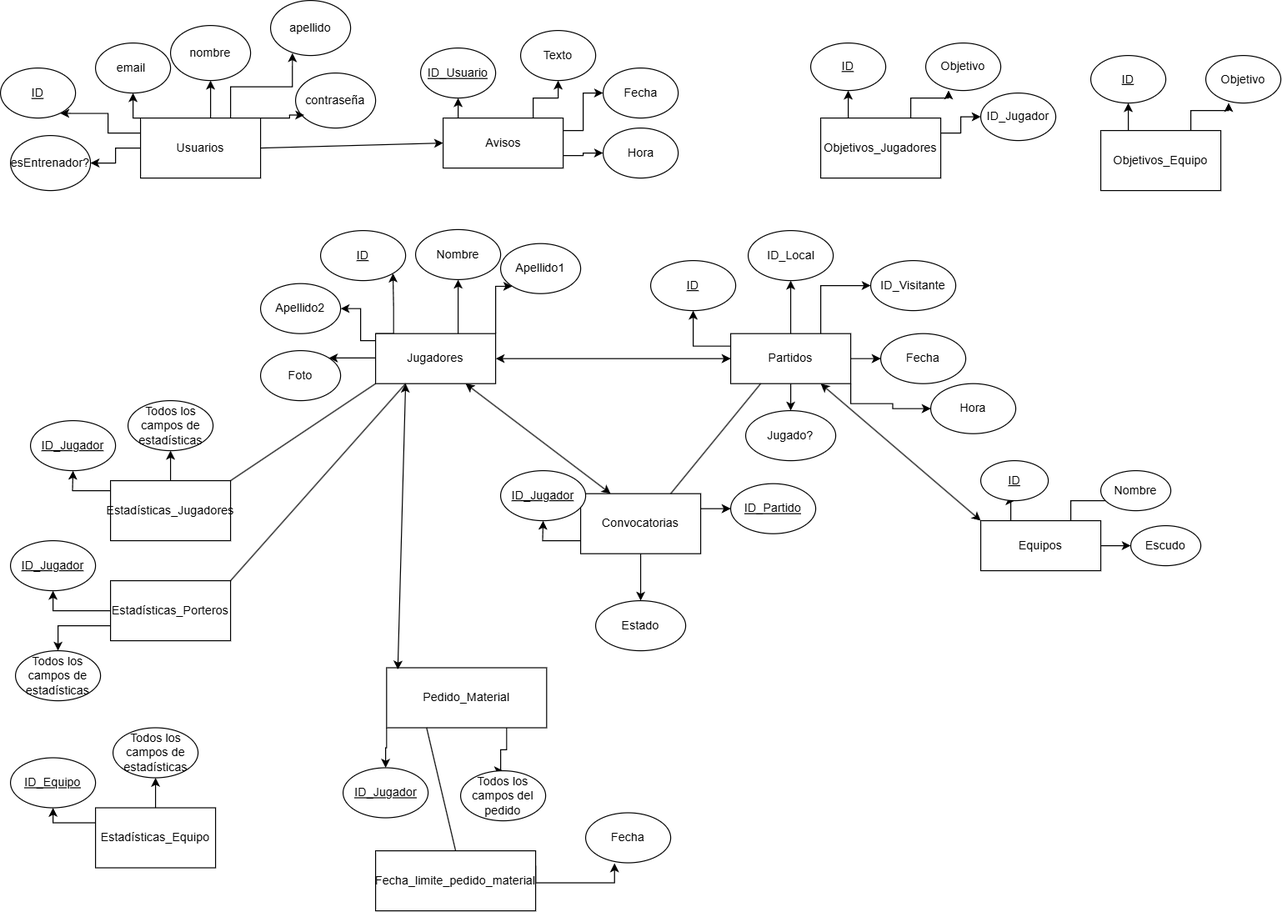
This is memoria/imgs/first_database.png from Veiga60/ProyectoFinDeGrado, a draw.io export, as it was before one commit. Source tidied: cells renumbered, new cells last; positions are measured from the earlier drawing's top-left corner, leaving out a move shared by most shapes.
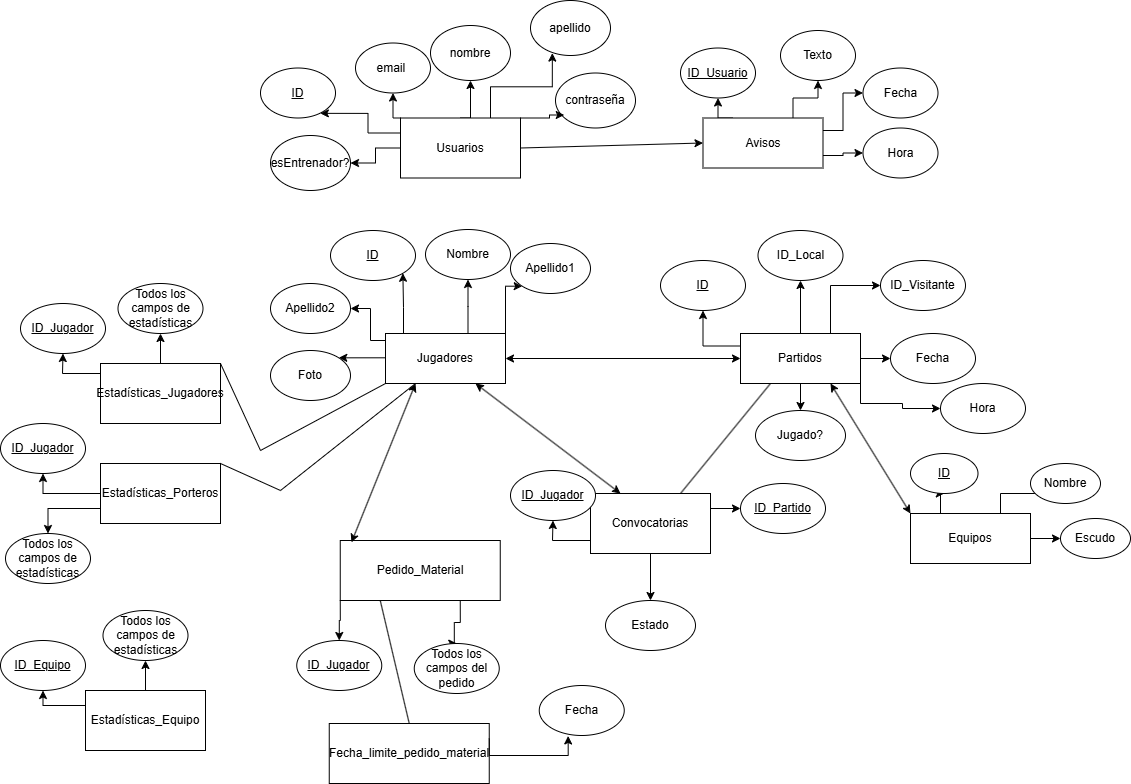
The same diagram one commit later.

Change to the diagram source:
```diff
@@ -12,26 +12,26 @@
       <mxGeometry relative="1" as="geometry" />
     </mxCell>
     <mxCell id="5" value="Usuarios" style="rounded=0;whiteSpace=wrap;html=1;" parent="1" vertex="1">
-      <mxGeometry x="140" y="117.5" width="120" height="60" as="geometry" />
+      <mxGeometry x="390" y="117.5" width="120" height="60" as="geometry" />
     </mxCell>
     <mxCell id="6" value="email&amp;nbsp;" style="ellipse;whiteSpace=wrap;html=1;" parent="1" vertex="1">
-      <mxGeometry x="95" y="42.5" width="75" height="50" as="geometry" />
+      <mxGeometry x="345" y="42.5" width="75" height="50" as="geometry" />
     </mxCell>
     <mxCell id="7" value="nombre" style="ellipse;whiteSpace=wrap;html=1;" parent="1" vertex="1">
-      <mxGeometry x="170" y="25" width="80" height="55" as="geometry" />
+      <mxGeometry x="420" y="25" width="80" height="55" as="geometry" />
     </mxCell>
     <mxCell id="8" value="contraseña" style="ellipse;whiteSpace=wrap;html=1;" parent="1" vertex="1">
-      <mxGeometry x="295" y="72.5" width="80" height="55" as="geometry" />
+      <mxGeometry x="545" y="72.5" width="80" height="55" as="geometry" />
     </mxCell>
     <mxCell id="9" style="edgeStyle=orthogonalEdgeStyle;rounded=0;jettySize=auto;html=1;exitX=1;exitY=0;exitDx=0;exitDy=0;entryX=0.109;entryY=0.764;entryDx=0;entryDy=0;entryPerimeter=0;" parent="1" edge="1" source="5" target="8">
       <mxGeometry relative="1" as="geometry">
         <Array as="points">
-          <mxPoint x="289" y="117.5" />
+          <mxPoint x="539" y="117.5" />
         </Array>
       </mxGeometry>
     </mxCell>
     <mxCell id="10" value="esEntrenador?" style="ellipse;whiteSpace=wrap;html=1;" parent="1" vertex="1">
-      <mxGeometry x="10" y="135" width="80" height="55" as="geometry" />
+      <mxGeometry x="260" y="135" width="80" height="55" as="geometry" />
     </mxCell>
     <mxCell id="11" style="edgeStyle=orthogonalEdgeStyle;rounded=0;jettySize=auto;html=1;entryX=0.5;entryY=1;entryDx=0;entryDy=0;" parent="1" edge="1" source="16" target="18">
       <mxGeometry relative="1" as="geometry">
@@ -139,7 +139,7 @@
       <mxGeometry x="870" y="260" width="85" height="50" as="geometry" />
     </mxCell>
     <mxCell id="35" value="&lt;u&gt;ID&lt;/u&gt;" style="ellipse;whiteSpace=wrap;html=1;" parent="1" vertex="1">
-      <mxGeometry y="67.5" width="75" height="50" as="geometry" />
+      <mxGeometry x="250" y="67.5" width="75" height="50" as="geometry" />
     </mxCell>
     <mxCell id="36" style="edgeStyle=orthogonalEdgeStyle;rounded=0;jettySize=auto;html=1;exitX=0;exitY=0.25;exitDx=0;exitDy=0;entryX=0.798;entryY=0.907;entryDx=0;entryDy=0;entryPerimeter=0;" parent="1" edge="1" source="5" target="35">
       <mxGeometry relative="1" as="geometry" />
@@ -174,8 +174,8 @@
     <mxCell id="46" style="edgeStyle=orthogonalEdgeStyle;rounded=0;jettySize=auto;html=1;exitX=0;exitY=0;exitDx=0;exitDy=0;" parent="1" edge="1" source="48" target="49">
       <mxGeometry relative="1" as="geometry">
         <Array as="points">
-          <mxPoint x="110" y="490" />
-          <mxPoint x="72" y="490" />
+          <mxPoint x="90" y="373" />
+          <mxPoint x="52" y="373" />
         </Array>
       </mxGeometry>
     </mxCell>
@@ -183,13 +183,13 @@
       <mxGeometry relative="1" as="geometry" />
     </mxCell>
     <mxCell id="48" value="Estadísticas_Jugadores" style="rounded=0;whiteSpace=wrap;html=1;" parent="1" vertex="1">
-      <mxGeometry x="110" y="480" width="120" height="60" as="geometry" />
+      <mxGeometry x="90" y="363" width="120" height="60" as="geometry" />
     </mxCell>
     <mxCell id="49" value="&lt;u&gt;ID_Jugador&lt;/u&gt;" style="ellipse;whiteSpace=wrap;html=1;" parent="1" vertex="1">
-      <mxGeometry x="30" y="420" width="85" height="50" as="geometry" />
+      <mxGeometry x="10" y="303" width="85" height="50" as="geometry" />
     </mxCell>
     <mxCell id="50" value="Todos los campos de estadísticas" style="ellipse;whiteSpace=wrap;html=1;" parent="1" vertex="1">
-      <mxGeometry x="127.5" y="400" width="85" height="50" as="geometry" />
+      <mxGeometry x="107.5" y="283" width="85" height="50" as="geometry" />
     </mxCell>
     <mxCell id="51" style="edgeStyle=orthogonalEdgeStyle;rounded=0;jettySize=auto;html=1;exitX=0.25;exitY=0;exitDx=0;exitDy=0;" parent="1" edge="1" source="54" target="55">
       <mxGeometry relative="1" as="geometry" />
@@ -201,16 +201,16 @@
       <mxGeometry relative="1" as="geometry" />
     </mxCell>
     <mxCell id="54" value="Equipos" style="rounded=0;whiteSpace=wrap;html=1;" parent="1" vertex="1">
-      <mxGeometry x="980" y="520" width="120" height="50" as="geometry" />
+      <mxGeometry x="900" y="513" width="120" height="50" as="geometry" />
     </mxCell>
     <mxCell id="55" value="&lt;u&gt;ID&lt;/u&gt;" style="ellipse;whiteSpace=wrap;html=1;" parent="1" vertex="1">
-      <mxGeometry x="980" y="460" width="67.5" height="40" as="geometry" />
+      <mxGeometry x="900" y="453" width="67.5" height="40" as="geometry" />
     </mxCell>
     <mxCell id="56" value="Nombre" style="ellipse;whiteSpace=wrap;html=1;" parent="1" vertex="1">
-      <mxGeometry x="1100" y="470" width="70" height="40" as="geometry" />
+      <mxGeometry x="1020" y="463" width="70" height="40" as="geometry" />
     </mxCell>
     <mxCell id="57" value="Escudo" style="ellipse;whiteSpace=wrap;html=1;" parent="1" vertex="1">
-      <mxGeometry x="1130" y="525" width="70" height="40" as="geometry" />
+      <mxGeometry x="1050" y="518" width="70" height="40" as="geometry" />
     </mxCell>
     <mxCell id="58" style="endArrow=classic;startArrow=classic;html=1;rounded=0;entryX=0.75;entryY=1;entryDx=0;entryDy=0;exitX=0;exitY=0;exitDx=0;exitDy=0;" parent="1" edge="1" source="54" target="27">
       <mxGeometry relative="1" as="geometry" />
@@ -222,13 +222,13 @@
       <mxGeometry relative="1" as="geometry" />
     </mxCell>
     <mxCell id="61" value="Estadísticas_Porteros" style="rounded=0;whiteSpace=wrap;html=1;" parent="1" vertex="1">
-      <mxGeometry x="110" y="580" width="120" height="60" as="geometry" />
+      <mxGeometry x="90" y="463" width="120" height="60" as="geometry" />
     </mxCell>
     <mxCell id="62" value="&lt;u&gt;ID_Jugador&lt;/u&gt;" style="ellipse;whiteSpace=wrap;html=1;" parent="1" vertex="1">
-      <mxGeometry x="10" y="540" width="85" height="50" as="geometry" />
+      <mxGeometry x="-10" y="423" width="85" height="50" as="geometry" />
     </mxCell>
     <mxCell id="63" value="Todos los campos de estadísticas" style="ellipse;whiteSpace=wrap;html=1;" parent="1" vertex="1">
-      <mxGeometry x="15" y="650" width="85" height="50" as="geometry" />
+      <mxGeometry x="-5" y="533" width="85" height="50" as="geometry" />
     </mxCell>
     <mxCell id="64" value="Foto" style="ellipse;whiteSpace=wrap;html=1;" parent="1" vertex="1">
       <mxGeometry x="260" y="350" width="80" height="50" as="geometry" />
@@ -236,7 +236,7 @@
     <mxCell id="65" style="edgeStyle=orthogonalEdgeStyle;rounded=0;jettySize=auto;html=1;exitX=0;exitY=0.25;exitDx=0;exitDy=0;entryX=0.5;entryY=1;entryDx=0;entryDy=0;" parent="1" edge="1" source="67" target="68">
       <mxGeometry relative="1" as="geometry">
         <Array as="points">
-          <mxPoint x="53" y="822" />
+          <mxPoint x="33" y="705" />
         </Array>
       </mxGeometry>
     </mxCell>
@@ -244,30 +244,38 @@
       <mxGeometry relative="1" as="geometry" />
     </mxCell>
     <mxCell id="67" value="Estadísticas_Equipo" style="rounded=0;whiteSpace=wrap;html=1;" parent="1" vertex="1">
-      <mxGeometry x="95" y="807" width="120" height="60" as="geometry" />
+      <mxGeometry x="75" y="690" width="120" height="60" as="geometry" />
     </mxCell>
     <mxCell id="68" value="&lt;u&gt;ID_Equipo&lt;/u&gt;" style="ellipse;whiteSpace=wrap;html=1;" parent="1" vertex="1">
-      <mxGeometry x="10" y="757" width="85" height="50" as="geometry" />
+      <mxGeometry x="-10" y="640" width="85" height="50" as="geometry" />
     </mxCell>
     <mxCell id="69" value="Todos los campos de estadísticas" style="ellipse;whiteSpace=wrap;html=1;" parent="1" vertex="1">
-      <mxGeometry x="112.5" y="727" width="85" height="50" as="geometry" />
+      <mxGeometry x="92.5" y="610" width="85" height="50" as="geometry" />
     </mxCell>
     <mxCell id="70" style="endArrow=none;html=1;rounded=0;entryX=0;entryY=1;entryDx=0;entryDy=0;exitX=1;exitY=0;exitDx=0;exitDy=0;" parent="1" edge="1" source="48" target="16">
-      <mxGeometry relative="1" as="geometry" />
+      <mxGeometry relative="1" as="geometry">
+        <Array as="points">
+          <mxPoint x="250" y="450" />
+        </Array>
+      </mxGeometry>
     </mxCell>
     <mxCell id="71" style="endArrow=none;html=1;rounded=0;entryX=0.25;entryY=1;entryDx=0;entryDy=0;exitX=1;exitY=0;exitDx=0;exitDy=0;" parent="1" edge="1" source="61" target="16">
-      <mxGeometry relative="1" as="geometry" />
+      <mxGeometry relative="1" as="geometry">
+        <Array as="points">
+          <mxPoint x="270" y="490" />
+        </Array>
+      </mxGeometry>
     </mxCell>
     <mxCell id="72" value="Fecha_limite_pedido_material" style="rounded=0;whiteSpace=wrap;html=1;" parent="1" vertex="1">
-      <mxGeometry x="375" y="850" width="160" height="60" as="geometry" />
+      <mxGeometry x="318.8" y="723" width="160" height="60" as="geometry" />
     </mxCell>
     <mxCell id="73" value="Fecha" style="ellipse;whiteSpace=wrap;html=1;" parent="1" vertex="1">
-      <mxGeometry x="585" y="812" width="85" height="50" as="geometry" />
+      <mxGeometry x="528.8" y="685" width="85" height="50" as="geometry" />
     </mxCell>
     <mxCell id="74" style="edgeStyle=orthogonalEdgeStyle;rounded=0;jettySize=auto;html=1;exitX=1;exitY=0.25;exitDx=0;exitDy=0;entryX=0.34;entryY=1.009;entryDx=0;entryDy=0;entryPerimeter=0;" parent="1" edge="1" source="72" target="73">
       <mxGeometry relative="1" as="geometry">
         <Array as="points">
-          <mxPoint x="614" y="882" />
+          <mxPoint x="557.8" y="755" />
         </Array>
       </mxGeometry>
     </mxCell>
@@ -277,20 +285,20 @@
     <mxCell id="76" style="edgeStyle=orthogonalEdgeStyle;rounded=0;jettySize=auto;html=1;exitX=0.75;exitY=1;exitDx=0;exitDy=0;entryX=0.5;entryY=0;entryDx=0;entryDy=0;" parent="1" edge="1" source="77" target="79">
       <mxGeometry relative="1" as="geometry">
         <Array as="points">
-          <mxPoint x="506" y="749" />
-          <mxPoint x="500" y="749" />
-          <mxPoint x="500" y="770" />
+          <mxPoint x="449.8" y="622" />
+          <mxPoint x="443.8" y="622" />
+          <mxPoint x="443.8" y="643" />
         </Array>
       </mxGeometry>
     </mxCell>
     <mxCell id="77" value="Pedido_Material" style="rounded=0;whiteSpace=wrap;html=1;" parent="1" vertex="1">
-      <mxGeometry x="386" y="667" width="160" height="60" as="geometry" />
+      <mxGeometry x="329.8" y="540" width="160" height="60" as="geometry" />
     </mxCell>
     <mxCell id="78" value="&lt;u&gt;ID_Jugador&lt;/u&gt;" style="ellipse;whiteSpace=wrap;html=1;" parent="1" vertex="1">
-      <mxGeometry x="342.5" y="767" width="85" height="50" as="geometry" />
+      <mxGeometry x="286.2" y="640" width="85" height="50" as="geometry" />
     </mxCell>
     <mxCell id="79" value="Todos los campos del pedido" style="ellipse;whiteSpace=wrap;html=1;" parent="1" vertex="1">
-      <mxGeometry x="460" y="770" width="85" height="50" as="geometry" />
+      <mxGeometry x="403.8" y="643" width="85" height="50" as="geometry" />
     </mxCell>
     <mxCell id="80" style="endArrow=classic;startArrow=classic;html=1;rounded=0;exitX=0.25;exitY=1;exitDx=0;exitDy=0;entryX=0.07;entryY=0.031;entryDx=0;entryDy=0;entryPerimeter=0;" parent="1" edge="1" source="16" target="77">
       <mxGeometry relative="1" as="geometry" />
@@ -311,61 +319,25 @@
       <mxGeometry relative="1" as="geometry" />
     </mxCell>
     <mxCell id="86" value="Avisos" style="rounded=0;whiteSpace=wrap;html=1;" parent="1" vertex="1">
-      <mxGeometry x="442.5" y="117.5" width="120" height="50" as="geometry" />
+      <mxGeometry x="692.5" y="117.5" width="120" height="50" as="geometry" />
     </mxCell>
     <mxCell id="87" value="&lt;u&gt;ID_Usuario&lt;/u&gt;" style="ellipse;whiteSpace=wrap;html=1;" parent="1" vertex="1">
-      <mxGeometry x="420" y="47.5" width="75" height="50" as="geometry" />
+      <mxGeometry x="670" y="47.5" width="75" height="50" as="geometry" />
     </mxCell>
     <mxCell id="88" value="Texto" style="ellipse;whiteSpace=wrap;html=1;" parent="1" vertex="1">
-      <mxGeometry x="520" y="30" width="75" height="50" as="geometry" />
+      <mxGeometry x="770" y="30" width="75" height="50" as="geometry" />
     </mxCell>
     <mxCell id="89" value="Fecha" style="ellipse;whiteSpace=wrap;html=1;" parent="1" vertex="1">
-      <mxGeometry x="602.5" y="67.5" width="75" height="50" as="geometry" />
+      <mxGeometry x="852.5" y="67.5" width="75" height="50" as="geometry" />
     </mxCell>
     <mxCell id="90" value="Hora" style="ellipse;whiteSpace=wrap;html=1;" parent="1" vertex="1">
-      <mxGeometry x="602.5" y="127.5" width="75" height="50" as="geometry" />
+      <mxGeometry x="852.5" y="127.5" width="75" height="50" as="geometry" />
     </mxCell>
     <mxCell id="91" style="endArrow=classic;html=1;rounded=0;exitX=1;exitY=0.5;exitDx=0;exitDy=0;entryX=0;entryY=0.5;entryDx=0;entryDy=0;" parent="1" edge="1" source="5" target="86">
       <mxGeometry relative="1" as="geometry" />
     </mxCell>
-    <mxCell id="92" style="edgeStyle=orthogonalEdgeStyle;rounded=0;jettySize=auto;html=1;exitX=0.25;exitY=0;exitDx=0;exitDy=0;entryX=0.5;entryY=1;entryDx=0;entryDy=0;" parent="1" edge="1" source="94" target="95">
-      <mxGeometry relative="1" as="geometry" />
-    </mxCell>
-    <mxCell id="93" style="edgeStyle=orthogonalEdgeStyle;rounded=0;jettySize=auto;html=1;exitX=1;exitY=0.25;exitDx=0;exitDy=0;entryX=0;entryY=0.5;entryDx=0;entryDy=0;" parent="1" edge="1" source="94" target="103">
-      <mxGeometry relative="1" as="geometry" />
-    </mxCell>
-    <mxCell id="94" value="Objetivos_Jugadores" style="rounded=0;whiteSpace=wrap;html=1;" parent="1" vertex="1">
-      <mxGeometry x="820" y="117.5" width="120" height="60" as="geometry" />
-    </mxCell>
-    <mxCell id="95" value="&lt;u&gt;ID&lt;/u&gt;" style="ellipse;whiteSpace=wrap;html=1;" parent="1" vertex="1">
-      <mxGeometry x="810" y="42.5" width="75" height="47.5" as="geometry" />
-    </mxCell>
-    <mxCell id="96" value="Objetivo" style="ellipse;whiteSpace=wrap;html=1;" parent="1" vertex="1">
-      <mxGeometry x="925" y="42.5" width="75" height="47.5" as="geometry" />
-    </mxCell>
-    <mxCell id="97" style="edgeStyle=orthogonalEdgeStyle;rounded=0;jettySize=auto;html=1;exitX=0.75;exitY=0;exitDx=0;exitDy=0;entryX=0.304;entryY=0.997;entryDx=0;entryDy=0;entryPerimeter=0;" parent="1" edge="1" source="94" target="96">
-      <mxGeometry relative="1" as="geometry" />
-    </mxCell>
-    <mxCell id="98" style="edgeStyle=orthogonalEdgeStyle;rounded=0;jettySize=auto;html=1;exitX=0.25;exitY=0;exitDx=0;exitDy=0;entryX=0.5;entryY=1;entryDx=0;entryDy=0;" parent="1" edge="1" source="99" target="100">
-      <mxGeometry relative="1" as="geometry" />
-    </mxCell>
-    <mxCell id="99" value="Objetivos_Equipo" style="rounded=0;whiteSpace=wrap;html=1;" parent="1" vertex="1">
-      <mxGeometry x="1100" y="130" width="120" height="60" as="geometry" />
-    </mxCell>
-    <mxCell id="100" value="&lt;u&gt;ID&lt;/u&gt;" style="ellipse;whiteSpace=wrap;html=1;" parent="1" vertex="1">
-      <mxGeometry x="1090" y="55" width="75" height="47.5" as="geometry" />
-    </mxCell>
-    <mxCell id="101" value="Objetivo" style="ellipse;whiteSpace=wrap;html=1;" parent="1" vertex="1">
-      <mxGeometry x="1205" y="55" width="75" height="47.5" as="geometry" />
-    </mxCell>
-    <mxCell id="102" style="edgeStyle=orthogonalEdgeStyle;rounded=0;jettySize=auto;html=1;exitX=0.75;exitY=0;exitDx=0;exitDy=0;entryX=0.304;entryY=0.997;entryDx=0;entryDy=0;entryPerimeter=0;" parent="1" edge="1" source="99" target="101">
-      <mxGeometry relative="1" as="geometry" />
-    </mxCell>
-    <mxCell id="103" value="ID_Jugador" style="ellipse;whiteSpace=wrap;html=1;" parent="1" vertex="1">
-      <mxGeometry x="980" y="92.5" width="75" height="47.5" as="geometry" />
-    </mxCell>
     <mxCell id="104" value="apellido" style="ellipse;whiteSpace=wrap;html=1;" parent="1" vertex="1">
-      <mxGeometry x="270" width="80" height="55" as="geometry" />
+      <mxGeometry x="520" width="80" height="55" as="geometry" />
     </mxCell>
     <mxCell id="105" style="edgeStyle=orthogonalEdgeStyle;rounded=0;jettySize=auto;html=1;exitX=0.75;exitY=0;exitDx=0;exitDy=0;entryX=0.273;entryY=0.956;entryDx=0;entryDy=0;entryPerimeter=0;" parent="1" edge="1" source="5" target="104">
       <mxGeometry relative="1" as="geometry" />
```
